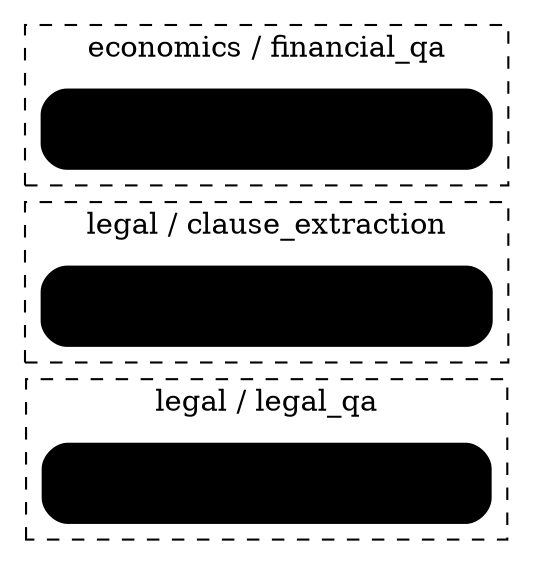
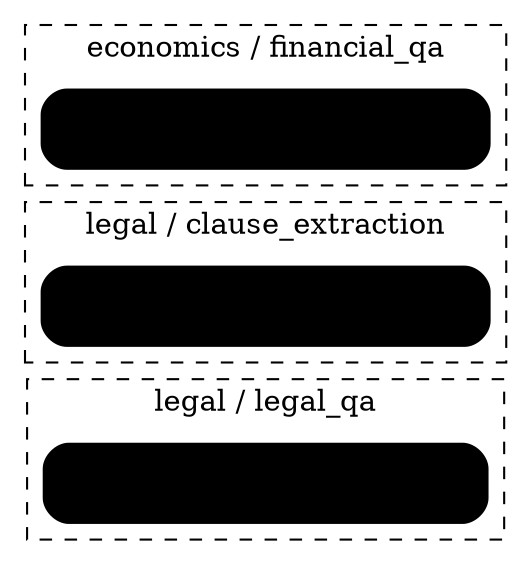
digraph Lineage {
  rankdir="LR";
  node [shape=box, style="rounded,filled", fillcolor="#eef"];
  subgraph cluster_legal_legal_qa {
    label="legal / legal_qa";
    style=dashed;
-     "comp_lega_legal_qa_cc5b05" [label="comp_lega_legal_qa_cc5b05\nscore=0.75"];
+     "comp_lega_legal_qa_e39f09" [label="comp_lega_legal_qa_e39f09\nscore=0.25"];
  }
  subgraph cluster_legal_clause_extraction {
    label="legal / clause_extraction";
    style=dashed;
-     "comp_lega_clause_e_cc5b05" [label="comp_lega_clause_e_cc5b05\nscore=0.38"];
+     "comp_lega_clause_e_e39f09" [label="comp_lega_clause_e_e39f09\nscore=0.36"];
  }
  subgraph cluster_economics_financial_qa {
    label="economics / financial_qa";
    style=dashed;
-     "comp_econ_financia_03114c" [label="comp_econ_financia_03114c\nscore=0.28"];
+     "comp_econ_financia_1eb04c" [label="comp_econ_financia_1eb04c\nscore=0.25"];
  }
}